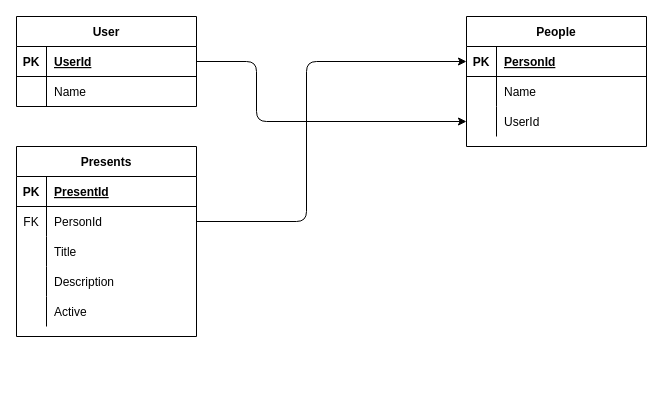
Before: db.drawio in mgolebiowski/wish-keeper, a draw.io diagram. Source tidied: cells renumbered, new cells numbered last; positions are measured from the earlier drawing's top-left corner, leaving out a move shared by most shapes. Both pictures are drawn from the tidied source at 100%, with x=0, y=0 at pixel (16, 16).
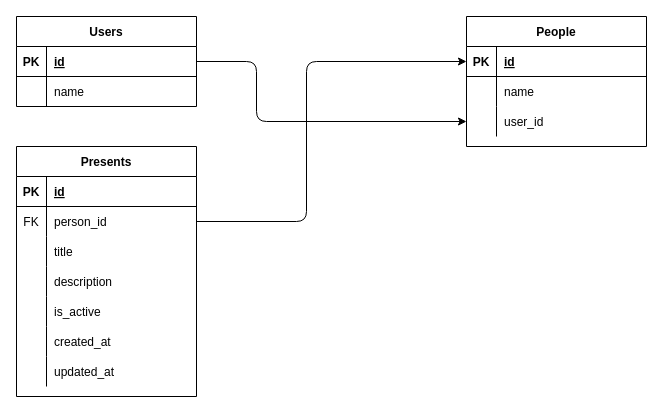
The same page after the edit.

The change refers to these unchanged cells:
```xml
<mxCell id="3" style="shape=partialRectangle;fillColor=none;top=0;left=0;bottom=1;right=0;points=[[0,0.5],[1,0.5]];portConstraint=eastwest;" parent="2" vertex="1">
  <mxGeometry y="30" width="180" height="30" as="geometry" />
</mxCell>
<mxCell id="6" style="shape=partialRectangle;fillColor=none;top=0;left=0;bottom=0;right=0;" parent="2" vertex="1">
  <mxGeometry y="60" width="180" height="30" as="geometry" />
</mxCell>
<mxCell id="10" style="shape=partialRectangle;fillColor=none;top=0;left=0;bottom=1;right=0;points=[[0,0.5],[1,0.5]];portConstraint=eastwest;" parent="9" vertex="1">
  <mxGeometry y="30" width="180" height="30" as="geometry" />
</mxCell>
<mxCell id="13" style="shape=partialRectangle;fillColor=none;top=0;left=0;bottom=0;right=0;" parent="9" vertex="1">
  <mxGeometry y="60" width="180" height="30" as="geometry" />
</mxCell>
<mxCell id="16" style="shape=partialRectangle;fillColor=none;top=0;left=0;bottom=0;right=0;points=[[0,0.5],[1,0.5]];portConstraint=eastwest;" parent="9" vertex="1">
  <mxGeometry y="90" width="180" height="30" as="geometry" />
</mxCell>
<mxCell id="21" style="shape=partialRectangle;fillColor=none;top=0;left=0;bottom=1;right=0;" parent="20" vertex="1">
  <mxGeometry y="30" width="180" height="30" as="geometry" />
</mxCell>
<mxCell id="24" style="shape=partialRectangle;fillColor=none;top=0;left=0;bottom=0;right=0;points=[[0,0.5],[1,0.5]];portConstraint=eastwest;" parent="20" vertex="1">
  <mxGeometry y="60" width="180" height="30" as="geometry" />
</mxCell>
<mxCell id="27" style="shape=partialRectangle;fillColor=none;top=0;left=0;bottom=0;right=0;" parent="20" vertex="1">
  <mxGeometry y="90" width="180" height="30" as="geometry" />
</mxCell>
<mxCell id="30" style="shape=partialRectangle;fillColor=none;top=0;left=0;bottom=0;right=0;" parent="20" vertex="1">
  <mxGeometry y="120" width="180" height="30" as="geometry" />
</mxCell>
<mxCell id="33" style="shape=partialRectangle;fillColor=none;top=0;left=0;bottom=0;right=0;" parent="20" vertex="1">
  <mxGeometry y="150" width="180" height="30" as="geometry" />
</mxCell>
```

Change to the diagram source:
```diff
@@
-    <mxCell id="2" value="User" style="shape=table;startSize=30;childLayout=tableLayout;rowLines=0;fontStyle=1;align=center;" parent="1" vertex="1">
+    <mxCell id="2" value="Users" style="shape=table;startSize=30;childLayout=tableLayout;rowLines=0;fontStyle=1;align=center;" parent="1" vertex="1">
       <mxGeometry width="180" height="90" as="geometry" />
     </mxCell>
@@
-    <mxCell id="5" value="UserId" style="shape=partialRectangle;fillColor=none;top=0;left=0;bottom=0;right=0;align=left;spacingLeft=6;fontStyle=5;overflow=hidden;" parent="3" vertex="1">
+    <mxCell id="5" value="id" style="shape=partialRectangle;fillColor=none;top=0;left=0;bottom=0;right=0;align=left;spacingLeft=6;fontStyle=5;overflow=hidden;" parent="3" vertex="1">
       <mxGeometry x="30" width="150" height="30" as="geometry" />
     </mxCell>
@@
-    <mxCell id="8" value="Name" style="shape=partialRectangle;fillColor=none;top=0;left=0;bottom=0;right=0;align=left;spacingLeft=6;overflow=hidden;" parent="6" vertex="1">
+    <mxCell id="8" value="name" style="shape=partialRectangle;fillColor=none;top=0;left=0;bottom=0;right=0;align=left;spacingLeft=6;overflow=hidden;" parent="6" vertex="1">
       <mxGeometry x="30" width="150" height="30" as="geometry" />
     </mxCell>
@@
-    <mxCell id="12" value="PersonId" style="shape=partialRectangle;fillColor=none;top=0;left=0;bottom=0;right=0;align=left;spacingLeft=6;fontStyle=5;overflow=hidden;" parent="10" vertex="1">
+    <mxCell id="12" value="id" style="shape=partialRectangle;fillColor=none;top=0;left=0;bottom=0;right=0;align=left;spacingLeft=6;fontStyle=5;overflow=hidden;" parent="10" vertex="1">
       <mxGeometry x="30" width="150" height="30" as="geometry" />
     </mxCell>
@@
-    <mxCell id="15" value="Name" style="shape=partialRectangle;fillColor=none;top=0;left=0;bottom=0;right=0;align=left;spacingLeft=6;overflow=hidden;" parent="13" vertex="1">
+    <mxCell id="15" value="name" style="shape=partialRectangle;fillColor=none;top=0;left=0;bottom=0;right=0;align=left;spacingLeft=6;overflow=hidden;" parent="13" vertex="1">
       <mxGeometry x="30" width="150" height="30" as="geometry" />
     </mxCell>
@@
-    <mxCell id="18" value="UserId" style="shape=partialRectangle;fillColor=none;top=0;left=0;bottom=0;right=0;align=left;spacingLeft=6;overflow=hidden;" parent="16" vertex="1">
+    <mxCell id="18" value="user_id" style="shape=partialRectangle;fillColor=none;top=0;left=0;bottom=0;right=0;align=left;spacingLeft=6;overflow=hidden;" parent="16" vertex="1">
       <mxGeometry x="30" width="150" height="30" as="geometry" />
     </mxCell>
@@
     <mxCell id="20" value="Presents" style="shape=table;startSize=30;childLayout=tableLayout;rowLines=0;fontStyle=1;align=center;" parent="1" vertex="1">
-      <mxGeometry y="130" width="180" height="190" as="geometry" />
+      <mxGeometry y="130" width="180" height="250" as="geometry" />
     </mxCell>
@@
-    <mxCell id="23" value="PresentId" style="shape=partialRectangle;fillColor=none;top=0;left=0;bottom=0;right=0;align=left;spacingLeft=6;fontStyle=5;overflow=hidden;" parent="21" vertex="1">
+    <mxCell id="23" value="id" style="shape=partialRectangle;fillColor=none;top=0;left=0;bottom=0;right=0;align=left;spacingLeft=6;fontStyle=5;overflow=hidden;" parent="21" vertex="1">
       <mxGeometry x="30" width="150" height="30" as="geometry" />
     </mxCell>
@@
-    <mxCell id="26" value="PersonId" style="shape=partialRectangle;fillColor=none;top=0;left=0;bottom=0;right=0;align=left;spacingLeft=6;overflow=hidden;" parent="24" vertex="1">
+    <mxCell id="26" value="person_id" style="shape=partialRectangle;fillColor=none;top=0;left=0;bottom=0;right=0;align=left;spacingLeft=6;overflow=hidden;" parent="24" vertex="1">
       <mxGeometry x="30" width="150" height="30" as="geometry" />
     </mxCell>
@@
-    <mxCell id="29" value="Title" style="shape=partialRectangle;fillColor=none;top=0;left=0;bottom=0;right=0;align=left;spacingLeft=6;overflow=hidden;" parent="27" vertex="1">
+    <mxCell id="29" value="title" style="shape=partialRectangle;fillColor=none;top=0;left=0;bottom=0;right=0;align=left;spacingLeft=6;overflow=hidden;" parent="27" vertex="1">
       <mxGeometry x="30" width="150" height="30" as="geometry" />
     </mxCell>
@@
-    <mxCell id="32" value="Description" style="shape=partialRectangle;fillColor=none;top=0;left=0;bottom=0;right=0;align=left;spacingLeft=6;overflow=hidden;" parent="30" vertex="1">
+    <mxCell id="32" value="description" style="shape=partialRectangle;fillColor=none;top=0;left=0;bottom=0;right=0;align=left;spacingLeft=6;overflow=hidden;" parent="30" vertex="1">
       <mxGeometry x="30" width="150" height="30" as="geometry" />
     </mxCell>
@@
-    <mxCell id="35" value="Active" style="shape=partialRectangle;fillColor=none;top=0;left=0;bottom=0;right=0;align=left;spacingLeft=6;overflow=hidden;" parent="33" vertex="1">
+    <mxCell id="35" value="is_active" style="shape=partialRectangle;fillColor=none;top=0;left=0;bottom=0;right=0;align=left;spacingLeft=6;overflow=hidden;" parent="33" vertex="1">
       <mxGeometry x="30" width="150" height="30" as="geometry" />
     </mxCell>
+    <mxCell id="37" style="shape=partialRectangle;fillColor=none;top=0;left=0;bottom=0;right=0;" parent="20" vertex="1">
+      <mxGeometry y="180" width="180" height="30" as="geometry" />
+    </mxCell>
+    <mxCell id="38" style="shape=partialRectangle;fillColor=none;top=0;left=0;bottom=0;right=0;overflow=hidden;" parent="37" vertex="1">
+      <mxGeometry width="30" height="30" as="geometry" />
+    </mxCell>
+    <mxCell id="39" value="created_at" style="shape=partialRectangle;fillColor=none;top=0;left=0;bottom=0;right=0;align=left;spacingLeft=6;overflow=hidden;" parent="37" vertex="1">
+      <mxGeometry x="30" width="150" height="30" as="geometry" />
+    </mxCell>
+    <mxCell id="40" style="shape=partialRectangle;fillColor=none;top=0;left=0;bottom=0;right=0;" parent="20" vertex="1">
+      <mxGeometry y="210" width="180" height="30" as="geometry" />
+    </mxCell>
+    <mxCell id="41" style="shape=partialRectangle;fillColor=none;top=0;left=0;bottom=0;right=0;overflow=hidden;" parent="40" vertex="1">
+      <mxGeometry width="30" height="30" as="geometry" />
+    </mxCell>
+    <mxCell id="42" value="updated_at" style="shape=partialRectangle;fillColor=none;top=0;left=0;bottom=0;right=0;align=left;spacingLeft=6;overflow=hidden;" parent="40" vertex="1">
+      <mxGeometry x="30" width="150" height="30" as="geometry" />
+    </mxCell>
```
